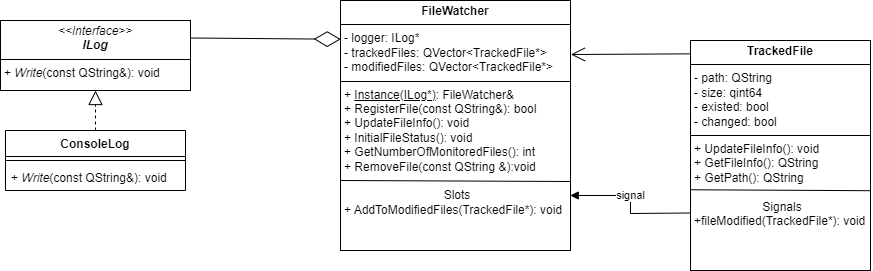
The draw.io diagram Diagram/lab1.drawio.png in TishnI/Lab1---FileWatcher, before a commit. Source tidied: cells renumbered, new cells last; positions are measured from the earlier drawing's top-left corner, leaving out a move shared by most shapes. The source it was exported from:
```xml
<mxGraphModel>
  <root>
    <mxCell id="0" />
    <mxCell id="1" parent="0" />
    <mxCell id="2" value="&lt;p style=&quot;margin:0px;margin-top:4px;text-align:center;&quot;&gt;&lt;i&gt;&amp;lt;&amp;lt;Interface&amp;gt;&amp;gt;&lt;/i&gt;&lt;br&gt;&lt;b&gt;&lt;i&gt;ILog&lt;/i&gt;&lt;/b&gt;&lt;/p&gt;&lt;hr size=&quot;1&quot; style=&quot;border-style:solid;&quot;&gt;&lt;p style=&quot;margin:0px;margin-left:4px;&quot;&gt;+ &lt;i&gt;Write&lt;/i&gt;(const QString&amp;amp;): void&lt;br&gt;&lt;/p&gt;" style="verticalAlign=top;align=left;overflow=fill;html=1;whiteSpace=wrap;" parent="1" vertex="1">
      <mxGeometry y="20" width="190" height="70" as="geometry" />
    </mxCell>
    <mxCell id="3" style="endArrow=block;dashed=1;endFill=0;endSize=12;html=1;rounded=0;entryX=0.5;entryY=1;entryDx=0;entryDy=0;exitX=0.5;exitY=0;exitDx=0;exitDy=0;" parent="1" edge="1" source="4" target="2">
      <mxGeometry relative="1" as="geometry" />
    </mxCell>
    <mxCell id="4" value="ConsoleLog" style="swimlane;fontStyle=1;align=center;verticalAlign=top;horizontal=1;startSize=26;whiteSpace=wrap;html=1;" parent="1" vertex="1">
      <mxGeometry x="5" y="130" width="180" height="60" as="geometry" />
    </mxCell>
    <mxCell id="5" style="line;strokeWidth=1;fillColor=none;align=left;verticalAlign=middle;spacingTop=-1;spacingLeft=3;spacingRight=3;labelPosition=right;strokeColor=inherit;" parent="4" vertex="1">
      <mxGeometry y="26" width="180" height="8" as="geometry" />
    </mxCell>
    <mxCell id="6" value="+ &lt;i&gt;Write&lt;/i&gt;(const QString&amp;amp;): void" style="text;strokeColor=none;fillColor=none;align=left;verticalAlign=top;spacingLeft=4;spacingRight=4;overflow=hidden;whiteSpace=wrap;html=1;" parent="4" vertex="1">
      <mxGeometry y="34" width="180" height="26" as="geometry" />
    </mxCell>
    <mxCell id="7" value="&lt;p style=&quot;margin:0px;margin-top:4px;text-align:center;&quot;&gt;&lt;b&gt;TrackedFile&lt;/b&gt;&lt;br&gt;&lt;/p&gt;&lt;hr size=&quot;1&quot; style=&quot;border-style:solid;&quot;&gt;&lt;p style=&quot;margin:0px;margin-left:4px;&quot;&gt;- path: QString&lt;/p&gt;&lt;p style=&quot;margin:0px;margin-left:4px;&quot;&gt;- size:&amp;nbsp;qint64&lt;/p&gt;&lt;p style=&quot;margin:0px;margin-left:4px;&quot;&gt;-&amp;nbsp;existed: bool&lt;/p&gt;&lt;p style=&quot;margin:0px;margin-left:4px;&quot;&gt;-&amp;nbsp;changed: bool&lt;/p&gt;&lt;hr size=&quot;1&quot; style=&quot;border-style:solid;&quot;&gt;&lt;p style=&quot;margin:0px;margin-left:4px;&quot;&gt;+ UpdateFileInfo(): void&lt;/p&gt;&lt;p style=&quot;margin:0px;margin-left:4px;&quot;&gt;+&amp;nbsp;GetFileInfo(): QString&lt;/p&gt;&lt;p style=&quot;margin:0px;margin-left:4px;&quot;&gt;+&amp;nbsp;GetPath(): QString&lt;/p&gt;&lt;p style=&quot;margin:0px;margin-left:4px;&quot;&gt;&lt;br&gt;&lt;/p&gt;&lt;p style=&quot;text-align: center; margin: 0px 0px 0px 4px;&quot;&gt;Signals&lt;/p&gt;&lt;p style=&quot;margin: 0px 0px 0px 4px;&quot;&gt;+fileModified(TrackedFile*): void&lt;/p&gt;" style="verticalAlign=top;align=left;overflow=fill;html=1;whiteSpace=wrap;" parent="1" vertex="1">
      <mxGeometry x="690" y="40" width="180" height="230" as="geometry" />
    </mxCell>
    <mxCell id="8" style="endArrow=none;html=1;rounded=0;exitX=-0.001;exitY=0.649;exitDx=0;exitDy=0;exitPerimeter=0;entryX=1.001;entryY=0.653;entryDx=0;entryDy=0;entryPerimeter=0;" parent="1" edge="1" source="7" target="7">
      <mxGeometry relative="1" as="geometry" />
    </mxCell>
    <mxCell id="9" value="&lt;p style=&quot;margin:0px;margin-top:4px;text-align:center;&quot;&gt;&lt;b&gt;FileWatcher&lt;/b&gt;&lt;br&gt;&lt;/p&gt;&lt;hr size=&quot;1&quot; style=&quot;border-style:solid;&quot;&gt;&lt;p style=&quot;margin:0px;margin-left:4px;&quot;&gt;- logger: ILog*&lt;/p&gt;&lt;p style=&quot;margin:0px;margin-left:4px;&quot;&gt;-&amp;nbsp;trackedFiles:&amp;nbsp;&lt;span style=&quot;background-color: initial;&quot;&gt;QVector&amp;lt;TrackedFile*&amp;gt;&lt;/span&gt;&lt;/p&gt;&lt;p style=&quot;margin:0px;margin-left:4px;&quot;&gt;&lt;span style=&quot;background-color: initial;&quot;&gt;-&amp;nbsp;&lt;/span&gt;&lt;span style=&quot;background-color: initial;&quot;&gt;modifiedFiles:&amp;nbsp;&lt;/span&gt;&lt;span style=&quot;background-color: initial;&quot;&gt;QVector&amp;lt;TrackedFile*&amp;gt;&lt;/span&gt;&lt;/p&gt;&lt;hr size=&quot;1&quot; style=&quot;border-style:solid;&quot;&gt;&lt;p style=&quot;margin:0px;margin-left:4px;&quot;&gt;+&amp;nbsp;&lt;u&gt;Instance(ILog*)&lt;/u&gt;:&amp;nbsp;FileWatcher&amp;amp;&lt;/p&gt;&lt;p style=&quot;margin:0px;margin-left:4px;&quot;&gt;+ RegisterFile(const QString&amp;amp;): bool&lt;/p&gt;&lt;p style=&quot;margin:0px;margin-left:4px;&quot;&gt;+&amp;nbsp;UpdateFileInfo(): void&lt;/p&gt;&lt;p style=&quot;margin:0px;margin-left:4px;&quot;&gt;+ InitialFileStatus(): void&lt;/p&gt;&lt;p style=&quot;margin:0px;margin-left:4px;&quot;&gt;+&amp;nbsp;GetNumberOfMonitoredFiles(): int&lt;/p&gt;&lt;p style=&quot;margin:0px;margin-left:4px;&quot;&gt;+&amp;nbsp;RemoveFile(const QString &amp;amp;):void&lt;/p&gt;&lt;p style=&quot;margin:0px;margin-left:4px;&quot;&gt;&lt;br&gt;&lt;/p&gt;&lt;p style=&quot;text-align: center; margin: 0px 0px 0px 4px;&quot;&gt;Slots&lt;/p&gt;&lt;p style=&quot;margin: 0px 0px 0px 4px;&quot;&gt;+ AddToModifiedFiles(TrackedFile*): void&lt;/p&gt;" style="verticalAlign=top;align=left;overflow=fill;html=1;whiteSpace=wrap;points=[[0,0,0,0,0],[0,0.25,0,0,0],[0,0.5,0,0,0],[0,0.61,0,0,0],[0,1,0,0,0],[0.25,0,0,0,0],[0.25,1,0,0,0],[0.5,0,0,0,0],[0.5,1,0,0,0],[0.75,0,0,0,0],[0.75,1,0,0,0],[1,0,0,0,0],[1,0.25,0,0,0],[1,0.5,0,0,0],[1,0.61,0,0,0],[1,1,0,0,0]];" parent="1" vertex="1">
      <mxGeometry x="340" width="230" height="250" as="geometry" />
    </mxCell>
    <mxCell id="10" style="endArrow=none;html=1;rounded=0;entryX=0.998;entryY=0.68;entryDx=0;entryDy=0;entryPerimeter=0;exitX=-0.001;exitY=0.676;exitDx=0;exitDy=0;exitPerimeter=0;" parent="1" edge="1">
      <mxGeometry relative="1" as="geometry">
        <mxPoint x="340.2" y="180" as="sourcePoint" />
        <mxPoint x="570" y="181" as="targetPoint" />
      </mxGeometry>
    </mxCell>
    <mxCell id="11" style="endArrow=diamondThin;endFill=0;endSize=24;html=1;rounded=0;exitX=1;exitY=0.25;exitDx=0;exitDy=0;entryX=0.001;entryY=0.155;entryDx=0;entryDy=0;entryPerimeter=0;" parent="1" edge="1" source="2" target="9">
      <mxGeometry relative="1" as="geometry" />
    </mxCell>
    <mxCell id="12" style="endArrow=open;endFill=1;endSize=12;html=1;rounded=0;entryX=1.002;entryY=0.216;entryDx=0;entryDy=0;entryPerimeter=0;exitX=0.001;exitY=0.058;exitDx=0;exitDy=0;exitPerimeter=0;" parent="1" edge="1" source="7" target="9">
      <mxGeometry relative="1" as="geometry" />
    </mxCell>
    <mxCell id="13" value="signal" style="html=1;verticalAlign=bottom;endArrow=block;curved=0;rounded=0;entryX=0.999;entryY=0.78;entryDx=0;entryDy=0;entryPerimeter=0;exitX=0;exitY=0.75;exitDx=0;exitDy=0;" parent="1" edge="1" source="7" target="9">
      <mxGeometry relative="1" as="geometry">
        <Array as="points">
          <mxPoint x="630" y="213" />
          <mxPoint x="630" y="195" />
        </Array>
      </mxGeometry>
    </mxCell>
  </root>
</mxGraphModel>
```
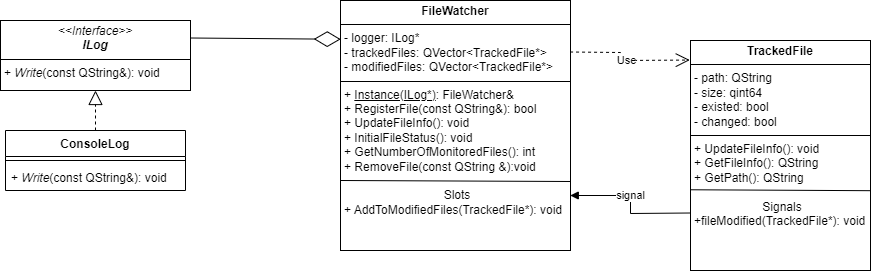
Later version of the same file.

Commit message:
Исправлена диаграмма классов

The edit, as a diff of the source:
```diff
@@ -35,9 +35,6 @@
     <mxCell id="11" style="endArrow=diamondThin;endFill=0;endSize=24;html=1;rounded=0;exitX=1;exitY=0.25;exitDx=0;exitDy=0;entryX=0.001;entryY=0.155;entryDx=0;entryDy=0;entryPerimeter=0;" parent="1" edge="1" source="2" target="9">
       <mxGeometry relative="1" as="geometry" />
     </mxCell>
-    <mxCell id="12" style="endArrow=open;endFill=1;endSize=12;html=1;rounded=0;entryX=1.002;entryY=0.216;entryDx=0;entryDy=0;entryPerimeter=0;exitX=0.001;exitY=0.058;exitDx=0;exitDy=0;exitPerimeter=0;" parent="1" edge="1" source="7" target="9">
-      <mxGeometry relative="1" as="geometry" />
-    </mxCell>
     <mxCell id="13" value="signal" style="html=1;verticalAlign=bottom;endArrow=block;curved=0;rounded=0;entryX=0.999;entryY=0.78;entryDx=0;entryDy=0;entryPerimeter=0;exitX=0;exitY=0.75;exitDx=0;exitDy=0;" parent="1" edge="1" source="7" target="9">
       <mxGeometry relative="1" as="geometry">
         <Array as="points">
@@ -46,5 +43,13 @@
         </Array>
       </mxGeometry>
     </mxCell>
+    <mxCell id="14" value="Use" style="endArrow=open;endSize=12;dashed=1;html=1;rounded=0;exitX=0.998;exitY=0.206;exitDx=0;exitDy=0;exitPerimeter=0;entryX=-0.004;entryY=0.085;entryDx=0;entryDy=0;entryPerimeter=0;" parent="1" edge="1" source="9" target="7">
+      <mxGeometry relative="1" as="geometry">
+        <Array as="points">
+          <mxPoint x="620" y="52" />
+          <mxPoint x="620" y="60" />
+        </Array>
+      </mxGeometry>
+    </mxCell>
   </root>
 </mxGraphModel>
```
